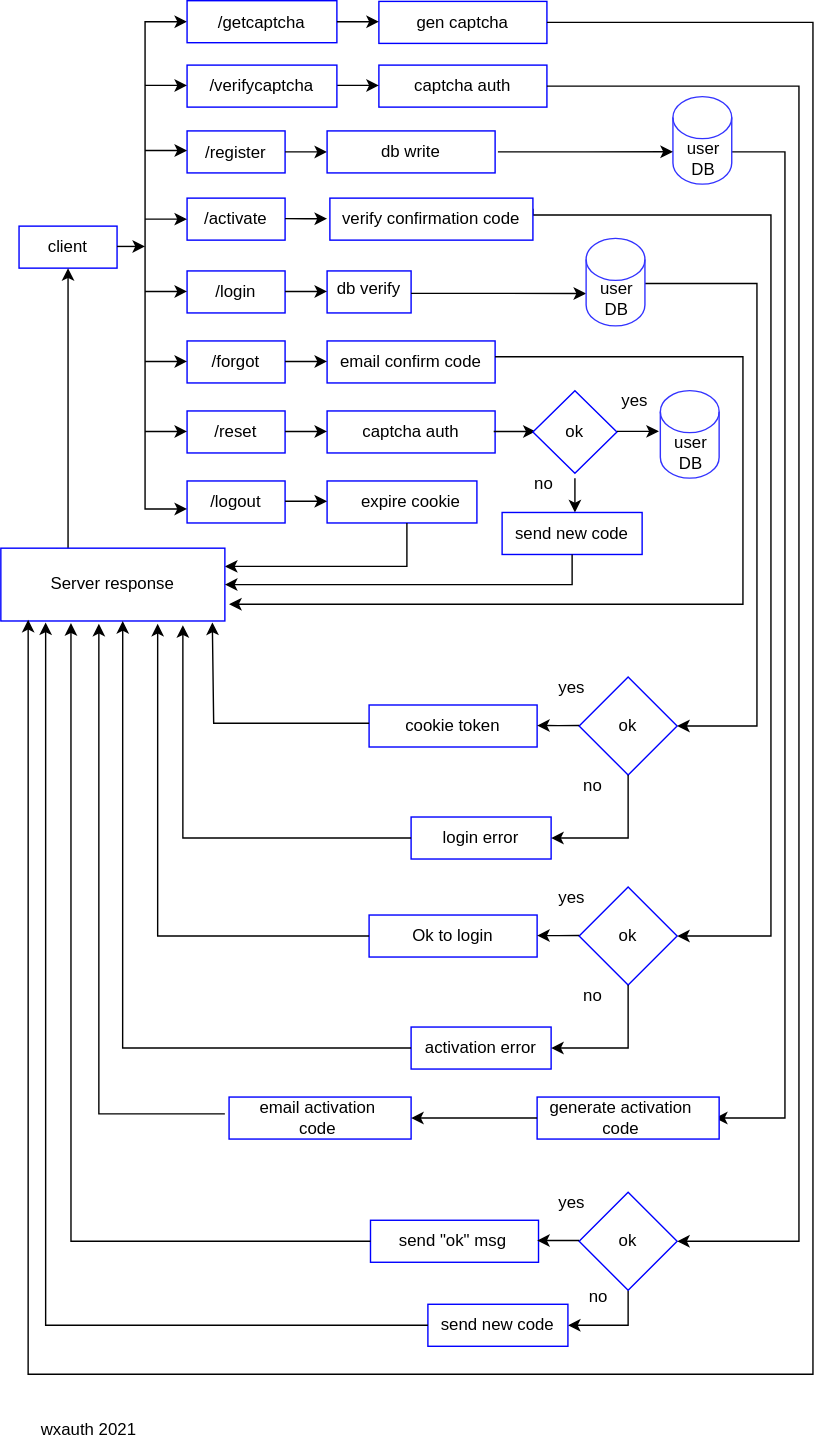
This is img/authflow.svg from jaminyah/wxauth, a draw.io export, as it was before one commit. Source tidied: cells renumbered, new cells last; positions are measured from the earlier drawing's top-left corner, leaving out a move shared by most shapes.
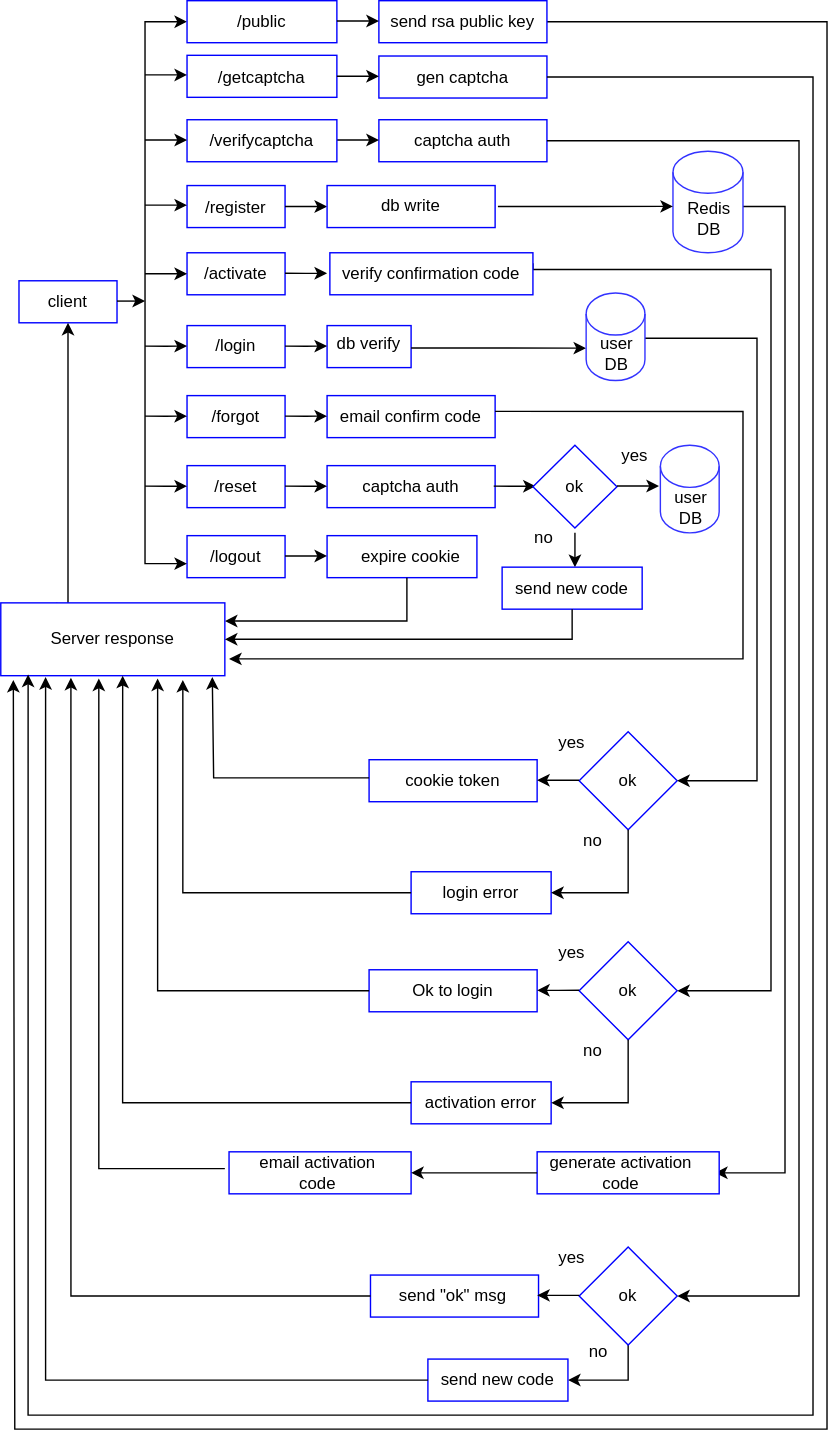
Later version of the same file.

Commit message:
Add public api route to system diagram.

The edit, as a diff of the source:
```diff
@@ -70,12 +70,12 @@
     <mxCell id="21" value="cookie token" style="text;html=1;strokeColor=none;fillColor=none;align=center;verticalAlign=middle;whiteSpace=wrap;rounded=0;" parent="1" vertex="1">
       <mxGeometry x="273" y="510.5" width="100" height="15" as="geometry" />
     </mxCell>
-    <mxCell id="22" style="endArrow=classic;startArrow=classic;html=1;rounded=0;edgeStyle=orthogonalEdgeStyle;entryX=0;entryY=0.5;entryDx=0;entryDy=0;" parent="1" edge="1" target="86">
+    <mxCell id="22" style="endArrow=classic;startArrow=classic;html=1;rounded=0;edgeStyle=orthogonalEdgeStyle;entryX=0;entryY=0.5;entryDx=0;entryDy=0;" parent="1" edge="1" target="124">
       <mxGeometry relative="1" as="geometry">
         <mxPoint x="133" y="363" as="sourcePoint" />
         <Array as="points">
           <mxPoint x="103" y="363" />
-          <mxPoint x="103" y="15" />
+          <mxPoint x="103" y="-24" />
         </Array>
       </mxGeometry>
     </mxCell>
@@ -399,9 +399,6 @@
         </Array>
       </mxGeometry>
     </mxCell>
-    <mxCell id="78" value="wxauth 2021" style="text;html=1;strokeColor=none;fillColor=none;align=center;verticalAlign=middle;whiteSpace=wrap;rounded=0;" parent="1" vertex="1">
-      <mxGeometry x="13" y="1011" width="100" height="20" as="geometry" />
-    </mxCell>
     <mxCell id="79" style="rounded=0;whiteSpace=wrap;html=1;strokeColor=#0000FF;" parent="1" vertex="1">
       <mxGeometry x="383" y="783" width="130" height="30" as="geometry" />
     </mxCell>
@@ -515,8 +512,8 @@
       <mxGeometry relative="1" as="geometry">
         <Array as="points">
           <mxPoint x="580" y="16" />
-          <mxPoint x="580" y="981" />
-          <mxPoint x="20" y="981" />
+          <mxPoint x="580" y="971" />
+          <mxPoint x="20" y="971" />
         </Array>
       </mxGeometry>
     </mxCell>
@@ -597,10 +594,10 @@
       <mxGeometry x="420" y="200.8" width="40" height="24.5" as="geometry" />
     </mxCell>
     <mxCell id="119" style="shape=cylinder3;whiteSpace=wrap;html=1;boundedLbl=1;backgroundOutline=1;size=15;strokeColor=#3333FF;" parent="1" vertex="1">
-      <mxGeometry x="480" y="68.5" width="42" height="62.5" as="geometry" />
+      <mxGeometry x="480" y="68.5" width="50" height="72.5" as="geometry" />
     </mxCell>
-    <mxCell id="120" value="user&lt;br&gt;DB" style="text;html=1;strokeColor=none;fillColor=none;align=center;verticalAlign=middle;whiteSpace=wrap;rounded=0;" parent="1" vertex="1">
-      <mxGeometry x="482" y="101" width="40" height="24.5" as="geometry" />
+    <mxCell id="120" value="Redis&lt;br&gt;DB" style="text;html=1;strokeColor=none;fillColor=none;align=center;verticalAlign=middle;whiteSpace=wrap;rounded=0;" parent="1" vertex="1">
+      <mxGeometry x="486" y="108" width="40" height="17.8" as="geometry" />
     </mxCell>
     <mxCell id="121" style="endArrow=classic;html=1;rounded=0;edgeStyle=orthogonalEdgeStyle;entryX=0;entryY=0;entryDx=0;entryDy=39.375;entryPerimeter=0;" parent="1" edge="1" target="119">
       <mxGeometry relative="1" as="geometry">
@@ -613,5 +610,40 @@
     <mxCell id="123" value="no" style="text;html=1;strokeColor=none;fillColor=none;align=center;verticalAlign=middle;whiteSpace=wrap;rounded=0;" parent="1" vertex="1">
       <mxGeometry x="412" y="918" width="30" height="15" as="geometry" />
     </mxCell>
+    <mxCell id="124" value="/public" style="rounded=0;whiteSpace=wrap;html=1;strokeColor=#0000FF;" parent="1" vertex="1">
+      <mxGeometry x="133" y="-39" width="107" height="30" as="geometry" />
+    </mxCell>
+    <mxCell id="125" style="edgeStyle=orthogonalEdgeStyle;rounded=0;jettySize=auto;html=1;entryX=0.056;entryY=1.058;entryDx=0;entryDy=0;entryPerimeter=0;" parent="1" edge="1" source="126" target="65">
+      <mxGeometry relative="1" as="geometry">
+        <Array as="points">
+          <mxPoint x="590" y="-24" />
+          <mxPoint x="590" y="981" />
+          <mxPoint x="10" y="981" />
+        </Array>
+      </mxGeometry>
+    </mxCell>
+    <mxCell id="126" value="send rsa public key" style="rounded=0;whiteSpace=wrap;html=1;strokeColor=#0000FF;" parent="1" vertex="1">
+      <mxGeometry x="270" y="-39" width="120" height="30" as="geometry" />
+    </mxCell>
+    <mxCell id="127" style="endArrow=classic;html=1;rounded=0;edgeStyle=orthogonalEdgeStyle;entryX=0;entryY=0.5;entryDx=0;entryDy=0;" parent="1" edge="1">
+      <mxGeometry relative="1" as="geometry">
+        <mxPoint x="103" y="14" as="sourcePoint" />
+        <mxPoint x="133" y="14" as="targetPoint" />
+        <Array as="points">
+          <mxPoint x="118" y="14" />
+          <mxPoint x="118" y="14" />
+        </Array>
+      </mxGeometry>
+    </mxCell>
+    <mxCell id="128" style="endArrow=classic;html=1;rounded=0;edgeStyle=orthogonalEdgeStyle;entryX=0;entryY=0.5;entryDx=0;entryDy=0;" parent="1" edge="1">
+      <mxGeometry relative="1" as="geometry">
+        <mxPoint x="240" y="-24.5" as="sourcePoint" />
+        <mxPoint x="270" y="-24.5" as="targetPoint" />
+        <Array as="points">
+          <mxPoint x="255" y="-24.5" />
+          <mxPoint x="255" y="-24.5" />
+        </Array>
+      </mxGeometry>
+    </mxCell>
   </root>
 </mxGraphModel>
```
